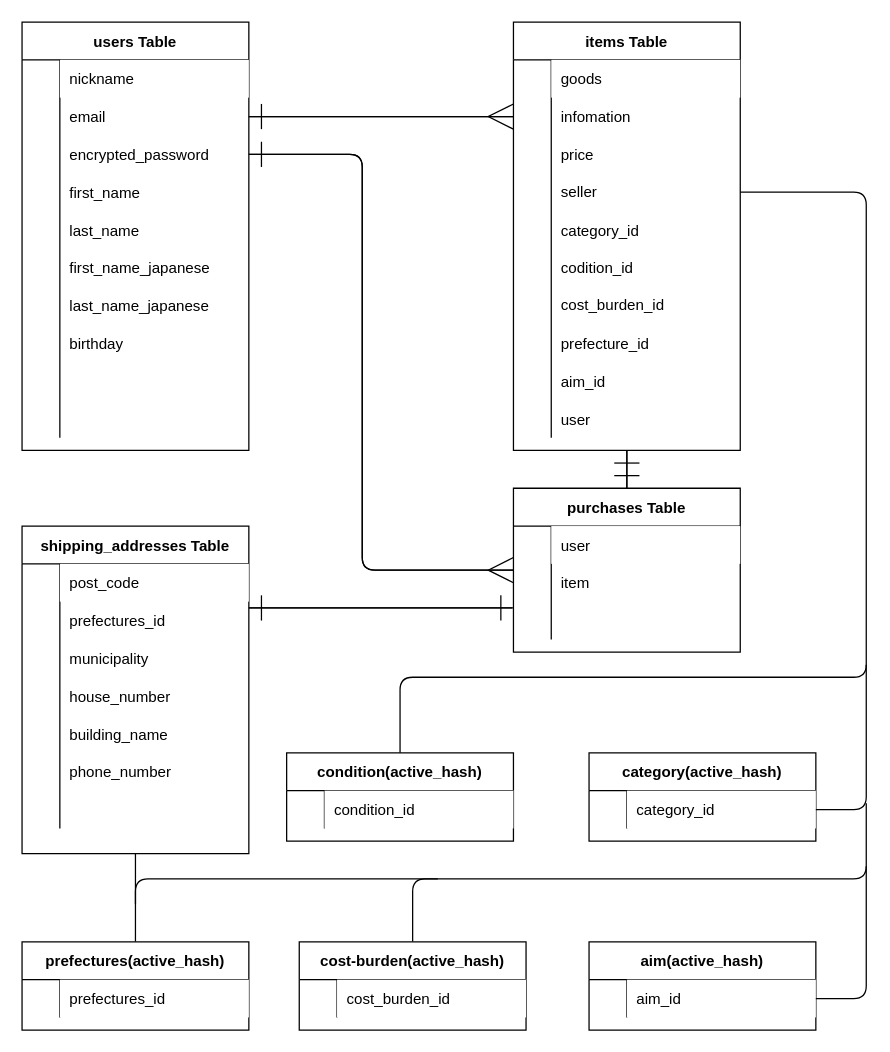
The draw.io diagram furima.dio in kakehi22222/furima-38489, before the edit. Source tidied: cells renumbered, new cells numbered last; positions are measured from the earlier drawing's top-left corner, leaving out a move shared by most shapes. Both pictures are drawn from the tidied source at 126%, with x=0, y=0 at pixel (21, 21).
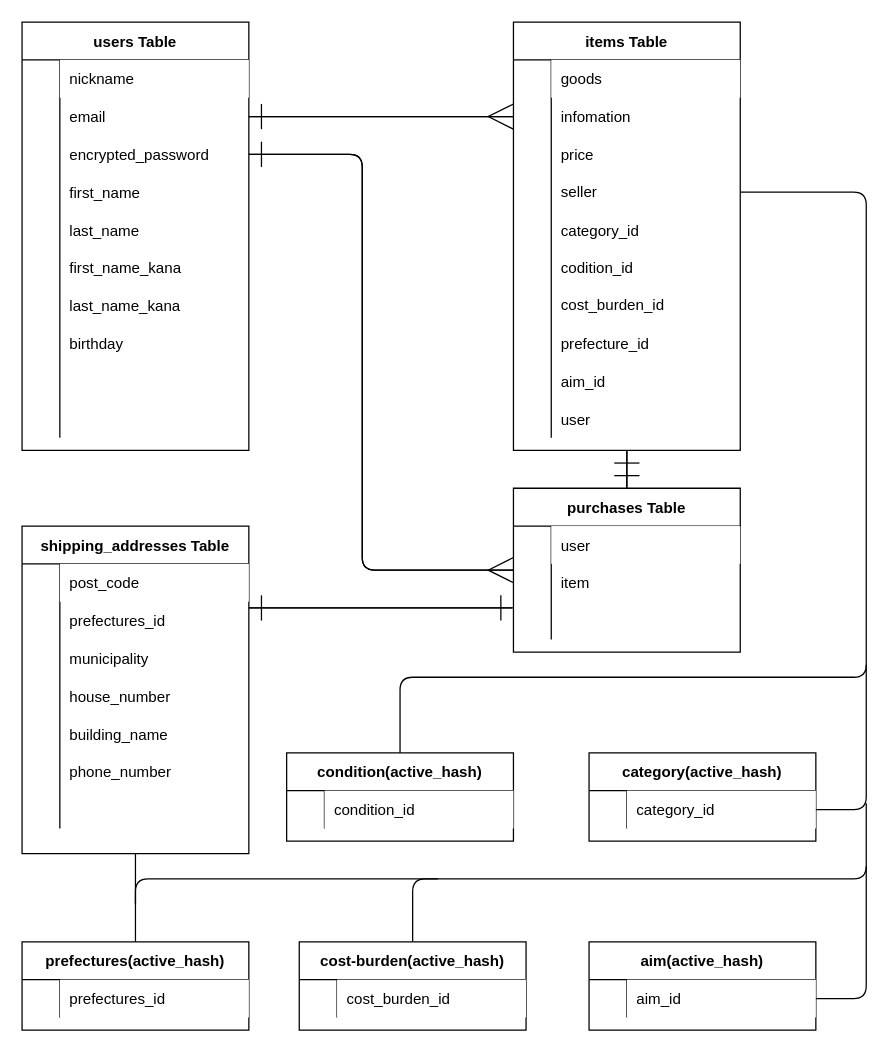
The same diagram, later.

The change refers to these unchanged cells:
```xml
<mxCell id="19" style="shape=partialRectangle;fillColor=none;top=0;left=0;bottom=0;right=0;" parent="3" vertex="1">
  <mxGeometry y="180" width="180" height="30" as="geometry" />
</mxCell>
<mxCell id="22" style="shape=partialRectangle;fillColor=none;top=0;left=0;bottom=0;right=0;" parent="3" vertex="1">
  <mxGeometry y="210" width="180" height="30" as="geometry" />
</mxCell>
```

What changed in the source:
```diff
@@
-    <mxCell id="21" value="first_name_japanese" style="shape=partialRectangle;fillColor=none;top=0;left=0;bottom=0;right=0;align=left;spacingLeft=6;overflow=hidden;" parent="19" vertex="1">
+    <mxCell id="21" value="first_name_kana" style="shape=partialRectangle;fillColor=none;top=0;left=0;bottom=0;right=0;align=left;spacingLeft=6;overflow=hidden;" parent="19" vertex="1">
       <mxGeometry x="30" width="150" height="30" as="geometry" />
     </mxCell>
@@
-    <mxCell id="24" value="last_name_japanese" style="shape=partialRectangle;fillColor=none;top=0;left=0;bottom=0;right=0;align=left;spacingLeft=6;overflow=hidden;" parent="22" vertex="1">
+    <mxCell id="24" value="last_name_kana" style="shape=partialRectangle;fillColor=none;top=0;left=0;bottom=0;right=0;align=left;spacingLeft=6;overflow=hidden;" parent="22" vertex="1">
       <mxGeometry x="30" width="150" height="30" as="geometry" />
     </mxCell>
```
